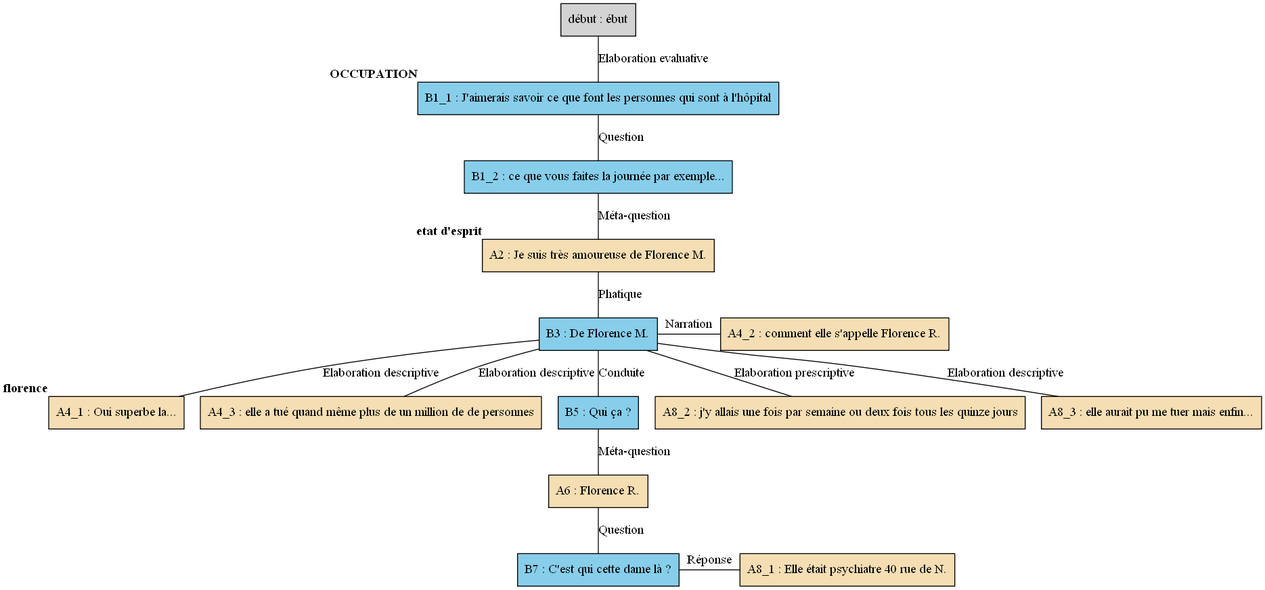
The Graphviz diagram arbres/Florence/Florence_-_A09.gv.png in AlaixComet/AnnotationSlamPTut, before a commit. Its source is kept beside it as arbres/Florence/Florence_-_A09.gv.
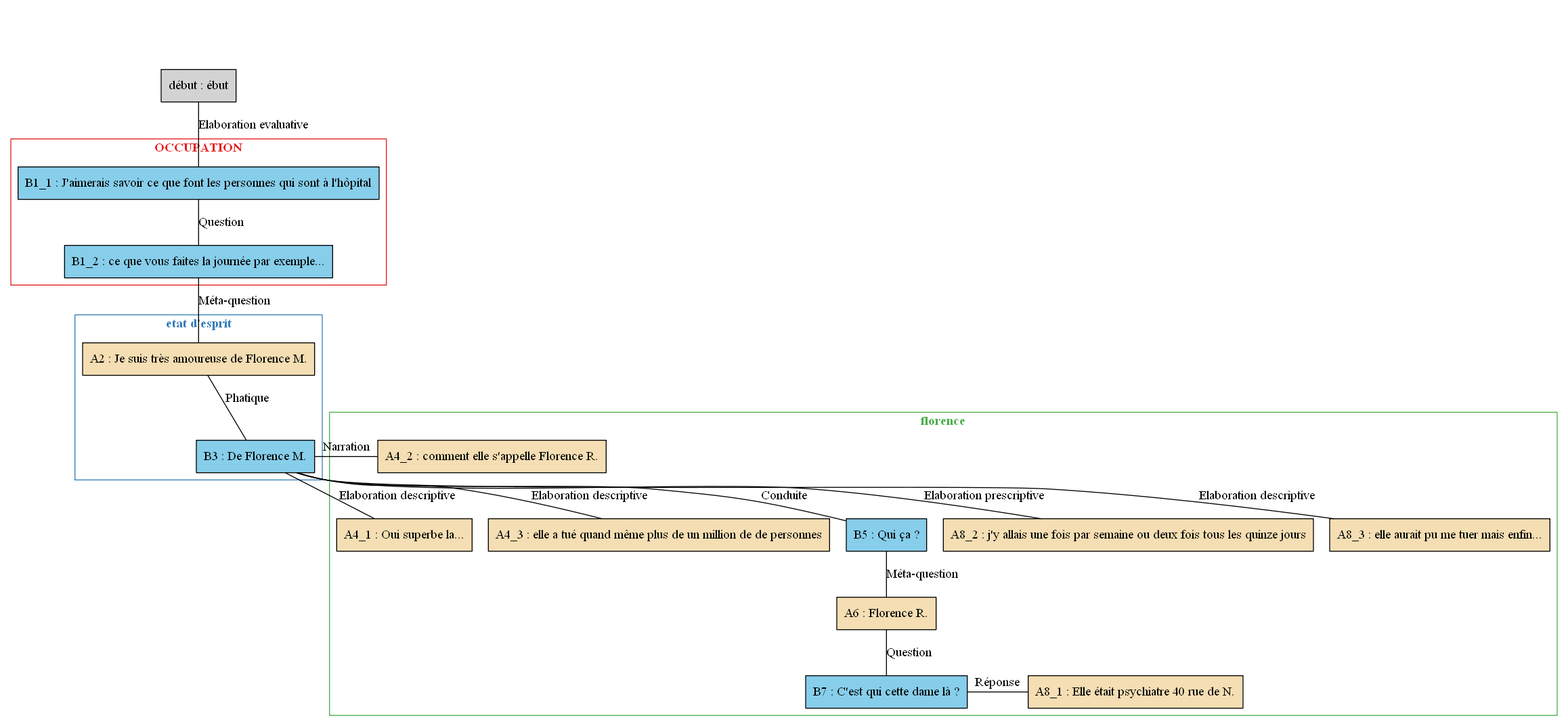
Above is the later version.

The edit, as a diff of the source:
```diff
@@ -1,40 +1,66 @@
 digraph A09 {
 	node [shape=box style=filled]
-	"début" [label="début : ébut" xlabel=""]
-	B1_1 [label="B1_1 : J'aimerais savoir ce que font les personnes qui sont à l'hôpital" fillcolor=skyblue xlabel=<<B>OCCUPATION</B>>]
-	B1_2 [label="B1_2 : ce que vous faites la journée par exemple..." fillcolor=skyblue xlabel=""]
-	A2 [label="A2 : Je suis très amoureuse de Florence M." fillcolor=wheat xlabel=<<B>etat d'esprit</B>>]
-	B3 [label="B3 : De Florence M." fillcolor=skyblue xlabel=""]
-	A4_1 [label="A4_1 : Oui superbe la..." fillcolor=wheat xlabel=<<B>florence</B>>]
-	A4_2 [label="A4_2 : comment elle s'appelle Florence R." fillcolor=wheat xlabel=""]
-	A4_3 [label="A4_3 : elle a tué quand même plus de un million de de personnes" fillcolor=wheat xlabel=""]
-	B5 [label="B5 : Qui ça ?" fillcolor=skyblue xlabel=""]
-	A6 [label="A6 : Florence R." fillcolor=wheat xlabel=""]
-	B7 [label="B7 : C'est qui cette dame là ?" fillcolor=skyblue xlabel=""]
-	A8_1 [label="A8_1 : Elle était psychiatre 40 rue de N." fillcolor=wheat xlabel=""]
-	A8_2 [label="A8_2 : j'y allais une fois par semaine ou deux fois tous les quinze jours" fillcolor=wheat xlabel=""]
-	A8_3 [label="A8_3 : elle aurait pu me tuer mais enfin..." fillcolor=wheat xlabel=""]
-	"début" -> B1_1 [label="Elaboration evaluative" dir=none]
-	B1_1 -> B1_2 [label=Question dir=none]
-	B1_2 -> A2 [label="Méta-question" dir=none]
-	A2 -> B3 [label=Phatique dir=none]
-	B3 -> A4_1 [label="Elaboration descriptive" dir=none]
-	{
-		rank=same
+	newrank=true
+	zero [style=invis]
+	"début" [label="début : ébut"]
+	B1_1 [label="B1_1 : J'aimerais savoir ce que font les personnes qui sont à l'hôpital" fillcolor=skyblue]
+	B1_2 [label="B1_2 : ce que vous faites la journée par exemple..." fillcolor=skyblue]
+	A2 [label="A2 : Je suis très amoureuse de Florence M." fillcolor=wheat]
+	B3 [label="B3 : De Florence M." fillcolor=skyblue]
+	A4_1 [label="A4_1 : Oui superbe la..." fillcolor=wheat]
+	A4_2 [label="A4_2 : comment elle s'appelle Florence R." fillcolor=wheat]
+	A4_3 [label="A4_3 : elle a tué quand même plus de un million de de personnes" fillcolor=wheat]
+	B5 [label="B5 : Qui ça ?" fillcolor=skyblue]
+	A6 [label="A6 : Florence R." fillcolor=wheat]
+	B7 [label="B7 : C'est qui cette dame là ?" fillcolor=skyblue]
+	A8_1 [label="A8_1 : Elle était psychiatre 40 rue de N." fillcolor=wheat]
+	A8_2 [label="A8_2 : j'y allais une fois par semaine ou deux fois tous les quinze jours" fillcolor=wheat]
+	A8_3 [label="A8_3 : elle aurait pu me tuer mais enfin..." fillcolor=wheat]
+	zero -> "début" [label="" style=invis]
+	"début" -> B1_1 [label="Elaboration evaluative" dir=none weight=2]
+	B1_1 -> B1_2 [label=Question dir=none weight=2]
+	B1_2 -> A2 [label="Méta-question" dir=none weight=2]
+	A2 -> B3 [label=Phatique dir=none weight=2]
+	B3 -> A4_1 [label="Elaboration descriptive" dir=none weight=2]
+	A2 -> A4_2 [style=invis weight=1]
+	B3 -> A4_2 [label=Narration constraint=false dir=none]
+	B3 -> A4_3 [label="Elaboration descriptive" dir=none weight=2]
+	B3 -> B5 [label=Conduite dir=none weight=2]
+	B5 -> A6 [label="Méta-question" dir=none weight=2]
+	A6 -> B7 [label=Question dir=none weight=2]
+	A6 -> A8_1 [style=invis weight=1]
+	B7 -> A8_1 [label="Réponse" constraint=false dir=none]
+	B3 -> A8_2 [label="Elaboration prescriptive" dir=none weight=2]
+	B3 -> A8_3 [label="Elaboration descriptive" dir=none weight=2]
+	subgraph cluster_1 {
+		label=<<B>OCCUPATION</B>>
+		colorscheme=set19
+		color=1
+		fontcolor=1
+		B1_1
+		B1_2
+	}
+	subgraph cluster_2 {
+		label=<<B>etat d'esprit</B>>
+		colorscheme=set19
+		color=2
+		fontcolor=2
+		A2
 		B3
+	}
+	subgraph cluster_3 {
+		label=<<B>florence</B>>
+		colorscheme=set19
+		color=3
+		fontcolor=3
+		A4_1
 		A4_2
-		B3 -> A4_2 [label=Narration dir=none]
-	}
-	B3 -> A4_3 [label="Elaboration descriptive" dir=none]
-	B3 -> B5 [label=Conduite dir=none]
-	B5 -> A6 [label="Méta-question" dir=none]
-	A6 -> B7 [label=Question dir=none]
-	{
-		rank=same
+		A4_3
+		B5
+		A6
 		B7
 		A8_1
-		B7 -> A8_1 [label="Réponse" dir=none]
+		A8_2
+		A8_3
 	}
-	B3 -> A8_2 [label="Elaboration prescriptive" dir=none]
-	B3 -> A8_3 [label="Elaboration descriptive" dir=none]
 }
```
